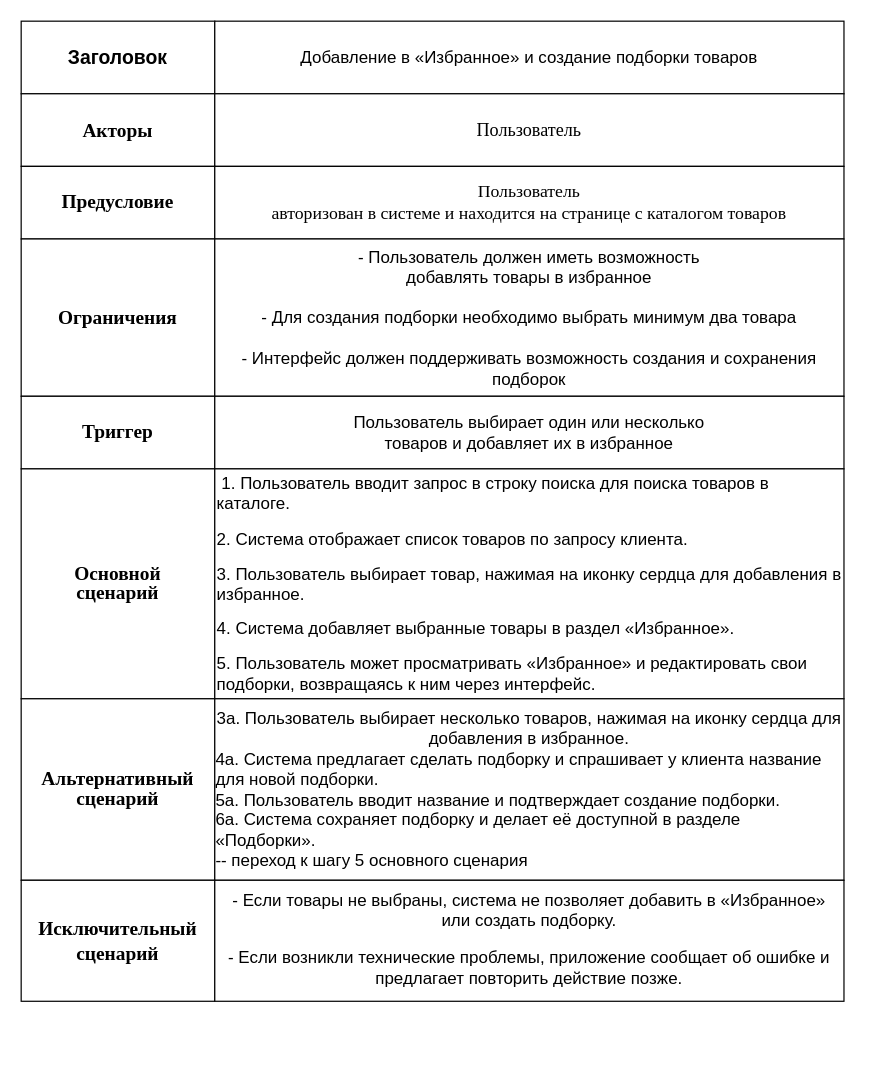
abdullahproff/BSA21_1 keeps this draw.io diagram as Kucher_Maxim/Task3UserCase.drawio. Above is the earlier version. Source tidied: cells renumbered, new cells numbered last; positions are measured from the earlier drawing's top-left corner, leaving out a move shared by most shapes. Both pictures are drawn from the tidied source at 121%, with x=0, y=0 at pixel (21, 21).
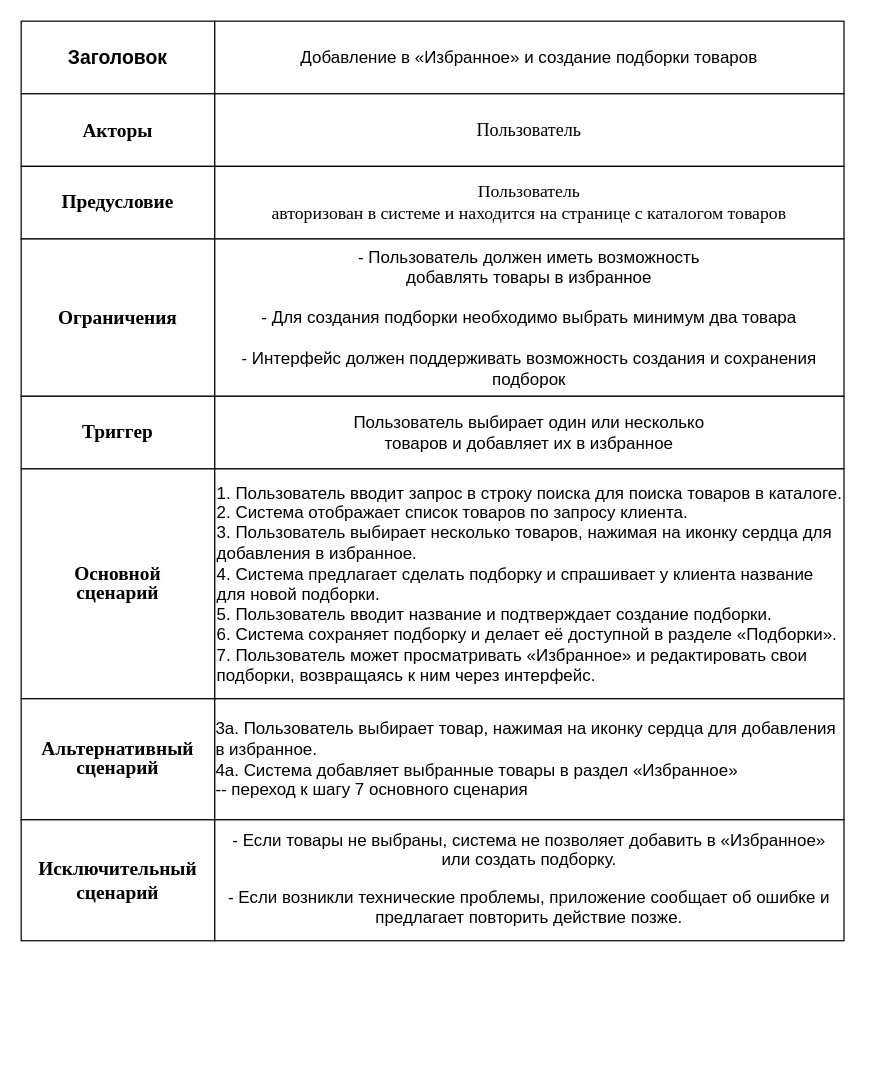
Above is the later version.

What changed in the source:
```diff
@@
 <mxGraphModel>
   <root>
     <mxCell id="0" />
     <mxCell id="1" parent="0" />
     <mxCell id="2" value="&lt;font style=&quot;font-size: 16px;&quot;&gt;&lt;b&gt;Заголовок&lt;/b&gt;&lt;/font&gt;" style="rounded=0;whiteSpace=wrap;html=1;" parent="1" vertex="1">
       <mxGeometry width="160" height="60" as="geometry" />
     </mxCell>
     <mxCell id="3" style="edgeStyle=orthogonalEdgeStyle;rounded=0;jettySize=auto;html=1;exitX=1;exitY=0.5;exitDx=0;exitDy=0;" parent="1" edge="1" source="4">
       <mxGeometry relative="1" as="geometry">
         <mxPoint x="650" y="40" as="targetPoint" />
       </mxGeometry>
     </mxCell>
     <mxCell id="4" value="&lt;p style=&quot;font-size: 14px;&quot; class=&quot;MsoNormal&quot;&gt;&lt;span lang=&quot;EN-US&quot;&gt;Добавление в&amp;nbsp;&lt;/span&gt;&lt;span style=&quot;text-align: left; background-color: initial;&quot;&gt;«Избранное»&lt;/span&gt;&lt;span style=&quot;background-color: initial;&quot;&gt;&amp;nbsp;и создание подборки товаров&lt;/span&gt;&lt;/p&gt;" style="rounded=0;whiteSpace=wrap;html=1;" parent="1" vertex="1">
       <mxGeometry x="160" width="520" height="60" as="geometry" />
     </mxCell>
     <mxCell id="5" value="&lt;span style=&quot;font-family: Cambria, serif;&quot; lang=&quot;EN-US&quot;&gt;&lt;b style=&quot;&quot;&gt;&lt;font style=&quot;font-size: 16px;&quot;&gt;Акторы&lt;/font&gt;&lt;/b&gt;&lt;/span&gt;" style="rounded=0;whiteSpace=wrap;html=1;" parent="1" vertex="1">
       <mxGeometry y="60" width="160" height="60" as="geometry" />
     </mxCell>
     <mxCell id="6" value="&lt;p class=&quot;MsoNormal&quot;&gt;&lt;span style=&quot;font-size: 15px; line-height: 115%; font-family: Cambria, serif;&quot; lang=&quot;EN-US&quot;&gt;Пользователь&lt;/span&gt;&lt;br&gt;&lt;/p&gt;" style="rounded=0;whiteSpace=wrap;html=1;" parent="1" vertex="1">
       <mxGeometry x="160" y="60" width="520" height="60" as="geometry" />
     </mxCell>
     <mxCell id="7" value="&lt;span style=&quot;line-height: 115%; font-family: Cambria, serif;&quot; lang=&quot;EN-US&quot;&gt;&lt;b style=&quot;&quot;&gt;&lt;font style=&quot;font-size: 16px;&quot;&gt;Предусловие&lt;/font&gt;&lt;/b&gt;&lt;/span&gt;" style="rounded=0;whiteSpace=wrap;html=1;" parent="1" vertex="1">
       <mxGeometry y="120" width="160" height="60" as="geometry" />
     </mxCell>
     <mxCell id="8" value="&lt;span style=&quot;font-family: Cambria, serif;&quot; lang=&quot;EN-US&quot;&gt;&lt;b style=&quot;&quot;&gt;&lt;font style=&quot;font-size: 16px;&quot;&gt;Ограничения&lt;/font&gt;&lt;/b&gt;&lt;/span&gt;" style="rounded=0;whiteSpace=wrap;html=1;" parent="1" vertex="1">
       <mxGeometry y="180" width="160" height="130" as="geometry" />
     </mxCell>
     <mxCell id="9" value="&lt;span style=&quot;line-height: 115%; font-family: Cambria, serif;&quot; lang=&quot;EN-US&quot;&gt;&lt;b style=&quot;&quot;&gt;&lt;font style=&quot;font-size: 16px;&quot;&gt;Триггер&lt;/font&gt;&lt;/b&gt;&lt;/span&gt;" style="rounded=0;whiteSpace=wrap;html=1;" parent="1" vertex="1">
       <mxGeometry y="310" width="160" height="60" as="geometry" />
     </mxCell>
     <mxCell id="10" value="&lt;span style=&quot;line-height: 115%; font-family: Cambria, serif;&quot; lang=&quot;EN-US&quot;&gt;&lt;b style=&quot;&quot;&gt;&lt;font style=&quot;font-size: 16px;&quot;&gt;Основной&lt;br/&gt;сценарий&lt;/font&gt;&lt;/b&gt;&lt;/span&gt;" style="rounded=0;whiteSpace=wrap;html=1;" parent="1" vertex="1">
       <mxGeometry y="370" width="160" height="190" as="geometry" />
     </mxCell>
     <mxCell id="11" value="&lt;span style=&quot;line-height: 115%; font-family: Cambria, serif;&quot; lang=&quot;EN-US&quot;&gt;&lt;b style=&quot;&quot;&gt;&lt;font style=&quot;font-size: 16px;&quot;&gt;Альтернативный&lt;br/&gt;сценарий&lt;/font&gt;&lt;/b&gt;&lt;/span&gt;" style="rounded=0;whiteSpace=wrap;html=1;" parent="1" vertex="1">
-      <mxGeometry y="560" width="160" height="150" as="geometry" />
+      <mxGeometry y="560" width="160" height="100" as="geometry" />
     </mxCell>
     <mxCell id="12" value="&lt;span style=&quot;font-size: 16px; font-family: Cambria, serif;&quot; lang=&quot;EN-US&quot;&gt;&lt;b&gt;Исключительный&lt;br&gt;сценарий&lt;/b&gt;&lt;/span&gt;" style="rounded=0;whiteSpace=wrap;html=1;" parent="1" vertex="1">
-      <mxGeometry y="710" width="160" height="100" as="geometry" />
+      <mxGeometry y="660" width="160" height="100" as="geometry" />
     </mxCell>
     <mxCell id="13" value="&lt;p class=&quot;MsoNormal&quot;&gt;&lt;span style=&quot;font-size:11.0pt;line-height:&lt;br/&gt;115%;font-family:&amp;quot;Cambria&amp;quot;,serif;mso-ascii-theme-font:minor-latin;mso-fareast-font-family:&lt;br/&gt;&amp;quot;MS Mincho&amp;quot;;mso-fareast-theme-font:minor-fareast;mso-hansi-theme-font:minor-latin;&lt;br/&gt;mso-bidi-font-family:&amp;quot;Times New Roman&amp;quot;;mso-bidi-theme-font:minor-bidi;&lt;br/&gt;mso-ansi-language:EN-US;mso-fareast-language:EN-US;mso-bidi-language:AR-SA&quot; lang=&quot;EN-US&quot;&gt;Пользователь&lt;br/&gt;авторизован в системе и находится на странице с каталогом товаров&lt;/span&gt;&lt;br&gt;&lt;/p&gt;" style="rounded=0;whiteSpace=wrap;html=1;" parent="1" vertex="1">
       <mxGeometry x="160" y="120" width="520" height="60" as="geometry" />
     </mxCell>
     <mxCell id="14" value="&lt;p style=&quot;font-size: 14px;&quot; class=&quot;MsoNormal&quot;&gt;&lt;span lang=&quot;EN-US&quot;&gt;- Пользователь должен иметь возможность&lt;br&gt;добавлять товары в избранное&lt;br&gt;&lt;br&gt;- Для создания подборки необходимо выбрать минимум два товара&lt;br&gt;&lt;br&gt;- Интерфейс должен поддерживать возможность создания и сохранения подборок&lt;/span&gt;&lt;/p&gt;" style="rounded=0;whiteSpace=wrap;html=1;" parent="1" vertex="1">
       <mxGeometry x="160" y="180" width="520" height="130" as="geometry" />
     </mxCell>
     <mxCell id="15" value="&lt;p style=&quot;font-size: 14px;&quot; class=&quot;MsoNormal&quot;&gt;&lt;span lang=&quot;EN-US&quot;&gt;Пользователь выбирает один или несколько&lt;br&gt;товаров и добавляет их в избранное&lt;/span&gt;&lt;/p&gt;" style="rounded=0;whiteSpace=wrap;html=1;" parent="1" vertex="1">
       <mxGeometry x="160" y="310" width="520" height="60" as="geometry" />
     </mxCell>
-    <mxCell id="16" value="&lt;p class=&quot;MsoNormal&quot;&gt;&lt;span style=&quot;font-size: 14px;&quot;&gt;&amp;nbsp;1. Пользователь вводит запрос в строку поиска для поиска товаров в каталоге.&lt;/span&gt;&lt;/p&gt;&lt;p class=&quot;MsoNormal&quot;&gt;&lt;span style=&quot;font-size: 14px; background-color: initial;&quot;&gt;2. Система отображает список товаров по запросу клиента.&lt;/span&gt;&lt;/p&gt;&lt;p class=&quot;MsoNormal&quot;&gt;&lt;span style=&quot;font-size: 14px;&quot;&gt;3.&amp;nbsp;&lt;/span&gt;&lt;span style=&quot;font-size: 14px;&quot;&gt;Пользователь в&lt;/span&gt;&lt;span style=&quot;font-size: 14px;&quot;&gt;ыбирает товар, нажимая на иконку сердца для добавления в избранное.&lt;/span&gt;&lt;/p&gt;&lt;p class=&quot;MsoNormal&quot;&gt;&lt;span style=&quot;font-size: 14px;&quot;&gt;4. Система добавляет выбранные товары в раздел «Избранное».&lt;/span&gt;&lt;/p&gt;&lt;p class=&quot;MsoNormal&quot;&gt;&lt;span style=&quot;font-size: 14px;&quot;&gt;5. Пользователь может просматривать&amp;nbsp;&lt;/span&gt;&lt;span style=&quot;font-size: 14px; background-color: initial;&quot;&gt;«Избранное»&amp;nbsp;&lt;/span&gt;&lt;span style=&quot;font-size: 14px; background-color: initial;&quot;&gt;и редактировать свои подборки, возвращаясь к ним через интерфейс.&lt;/span&gt;&lt;/p&gt;" style="rounded=0;whiteSpace=wrap;html=1;strokeColor=default;align=left;verticalAlign=middle;fontFamily=Helvetica;fontSize=12;fontColor=default;fillColor=default;" parent="1" vertex="1">
+    <mxCell id="16" value="&lt;p style=&quot;font-size: 14px; margin-top: 0px; margin-bottom: 0px;&quot; class=&quot;MsoNormal&quot;&gt;&lt;font style=&quot;font-size: 14px;&quot;&gt;1. Пользователь вводит запрос в строку поиска для поиска товаров в каталоге.&lt;/font&gt;&lt;/p&gt;&lt;p style=&quot;font-size: 14px; margin-top: 0px; margin-bottom: 0px;&quot; class=&quot;MsoNormal&quot;&gt;&lt;span style=&quot;background-color: initial;&quot;&gt;&lt;font style=&quot;font-size: 14px;&quot;&gt;2. Система отображает список товаров по запросу клиента.&lt;/font&gt;&lt;/span&gt;&lt;/p&gt;&lt;p style=&quot;font-size: 14px; margin-top: 0px; padding-bottom: 0px; padding-left: 0px; margin-bottom: 0px;&quot; class=&quot;MsoNormal&quot;&gt;&lt;font style=&quot;font-size: 14px;&quot;&gt;3.&amp;nbsp;&lt;span style=&quot;background-color: initial;&quot;&gt;Пользователь в&lt;/span&gt;&lt;span style=&quot;background-color: initial;&quot;&gt;ыбирает несколько товаров, нажимая на иконку сердца для добавления в избранное.&lt;/span&gt;&lt;/font&gt;&lt;/p&gt;&lt;p style=&quot;font-size: 14px; margin-top: 0px; margin-bottom: 0px;&quot; class=&quot;MsoNormal&quot;&gt;&lt;span style=&quot;background-color: initial;&quot;&gt;&lt;font style=&quot;font-size: 14px;&quot;&gt;4. Система предлагает сделать подборку и спрашивает у клиента название для новой подборки.&lt;/font&gt;&lt;/span&gt;&lt;/p&gt;&lt;p style=&quot;font-size: 14px; margin-top: 0px; margin-bottom: 0px;&quot; class=&quot;MsoNormal&quot;&gt;&lt;span style=&quot;background-color: initial;&quot;&gt;&lt;font style=&quot;font-size: 14px;&quot;&gt;5. Пользователь вводит название и подтверждает создание подборки.&lt;/font&gt;&lt;/span&gt;&lt;/p&gt;&lt;div style=&quot;font-size: 14px; margin-right: 0px; padding-bottom: 0px;&quot;&gt;&lt;font style=&quot;font-size: 14px;&quot;&gt;6. Система сохраняет подборку и делает её доступной в разделе «Подборки».&lt;/font&gt;&lt;/div&gt;&lt;div style=&quot;font-size: 14px;&quot;&gt;&lt;font style=&quot;font-size: 14px;&quot;&gt;&lt;span style=&quot;background-color: initial;&quot;&gt;7. Пользователь может просматривать&amp;nbsp;&lt;/span&gt;&lt;span style=&quot;background-color: initial;&quot;&gt;«Избранное»&amp;nbsp;&lt;/span&gt;&lt;span style=&quot;background-color: initial;&quot;&gt;и редактировать свои подборки, возвращаясь к ним через интерфейс.&lt;/span&gt;&lt;/font&gt;&lt;br&gt;&lt;/div&gt;" style="rounded=0;whiteSpace=wrap;html=1;strokeColor=default;align=left;verticalAlign=middle;fontFamily=Helvetica;fontSize=12;fontColor=default;fillColor=default;" parent="1" vertex="1">
       <mxGeometry x="160" y="370" width="520" height="190" as="geometry" />
     </mxCell>
-    <mxCell id="17" value="&lt;span style=&quot;text-align: left; font-size: 14px;&quot;&gt;3а. Пользователь в&lt;/span&gt;&lt;span style=&quot;text-align: left; font-size: 14px;&quot;&gt;ыбирает несколько товаров, нажимая на иконку сердца для добавления в избранное.&lt;/span&gt;&lt;div style=&quot;text-align: left;&quot;&gt;&lt;span style=&quot;font-size: 14px;&quot;&gt;4а. Система предлагает сделать подборку и спрашивает у клиента название для новой подборки.&lt;/span&gt;&lt;/div&gt;&lt;div style=&quot;text-align: left;&quot;&gt;&lt;span style=&quot;font-size: 14px;&quot;&gt;5а. Пользователь вводит название и подтверждает создание подборки.&lt;/span&gt;&lt;/div&gt;&lt;div style=&quot;text-align: left;&quot;&gt;&lt;span style=&quot;font-size: 14px;&quot;&gt;6а. Система сохраняет подборку и делает её доступной в разделе «Подборки».&lt;/span&gt;&lt;/div&gt;&lt;div style=&quot;text-align: left;&quot;&gt;&lt;span style=&quot;font-size: 14px;&quot;&gt;-- переход к шагу 5 основного сценария&lt;/span&gt;&lt;/div&gt;" style="rounded=0;whiteSpace=wrap;html=1;" parent="1" vertex="1">
-      <mxGeometry x="160" y="560" width="520" height="150" as="geometry" />
+    <mxCell id="17" value="&lt;div style=&quot;font-size: 14px;&quot;&gt;&lt;div style=&quot;text-align: left;&quot;&gt;&lt;span style=&quot;background-color: initial;&quot;&gt;3a. Пользователь выбирает товар, нажимая на иконку сердца для добавления в&amp;nbsp;&lt;/span&gt;&lt;span style=&quot;background-color: initial; text-align: center;&quot;&gt;избранное.&lt;/span&gt;&lt;/div&gt;&lt;span style=&quot;background-color: initial;&quot;&gt;&lt;font style=&quot;font-size: 14px;&quot;&gt;&lt;div style=&quot;text-align: left;&quot;&gt;&lt;span style=&quot;background-color: initial;&quot;&gt;4a. Система добавляет выбранные товары в раздел «Избранное»&lt;/span&gt;&lt;/div&gt;&lt;/font&gt;&lt;/span&gt;&lt;/div&gt;&lt;div style=&quot;text-align: left; font-size: 14px;&quot;&gt;&lt;font style=&quot;font-size: 14px;&quot;&gt;-- переход к шагу 7 основного сценария&lt;/font&gt;&lt;/div&gt;" style="rounded=0;whiteSpace=wrap;html=1;" parent="1" vertex="1">
+      <mxGeometry x="160" y="560" width="520" height="100" as="geometry" />
     </mxCell>
     <mxCell id="18" value="&lt;p style=&quot;font-size: 14px;&quot; class=&quot;MsoNormal&quot;&gt;&lt;span style=&quot;background-color: initial;&quot;&gt;&lt;br&gt;&lt;/span&gt;&lt;/p&gt;&lt;p style=&quot;font-size: 14px;&quot; class=&quot;MsoNormal&quot;&gt;&lt;span style=&quot;background-color: initial;&quot;&gt;- Если товары не выбраны, система не&amp;nbsp;&lt;/span&gt;&lt;span style=&quot;background-color: initial;&quot;&gt;позволяет добавить в&amp;nbsp;&lt;/span&gt;&lt;span style=&quot;text-align: left; background-color: initial;&quot;&gt;«Избранное» или&amp;nbsp;&lt;/span&gt;&lt;span style=&quot;background-color: initial;&quot;&gt;создать подборку.&lt;/span&gt;&lt;/p&gt;&lt;p style=&quot;font-size: 14px;&quot; class=&quot;MsoNormal&quot;&gt;&lt;span style=&quot;background-color: initial;&quot;&gt;- Если возникли технические проблемы, приложение сообщает об ошибке и предлагает повторить действие позже.&lt;/span&gt;&lt;/p&gt;&lt;font style=&quot;font-size: 14px;&quot;&gt;&lt;br&gt;&lt;br&gt;&lt;/font&gt;" style="rounded=0;whiteSpace=wrap;html=1;" parent="1" vertex="1">
-      <mxGeometry x="160" y="710" width="520" height="100" as="geometry" />
+      <mxGeometry x="160" y="660" width="520" height="100" as="geometry" />
     </mxCell>
   </root>
 </mxGraphModel>
```
